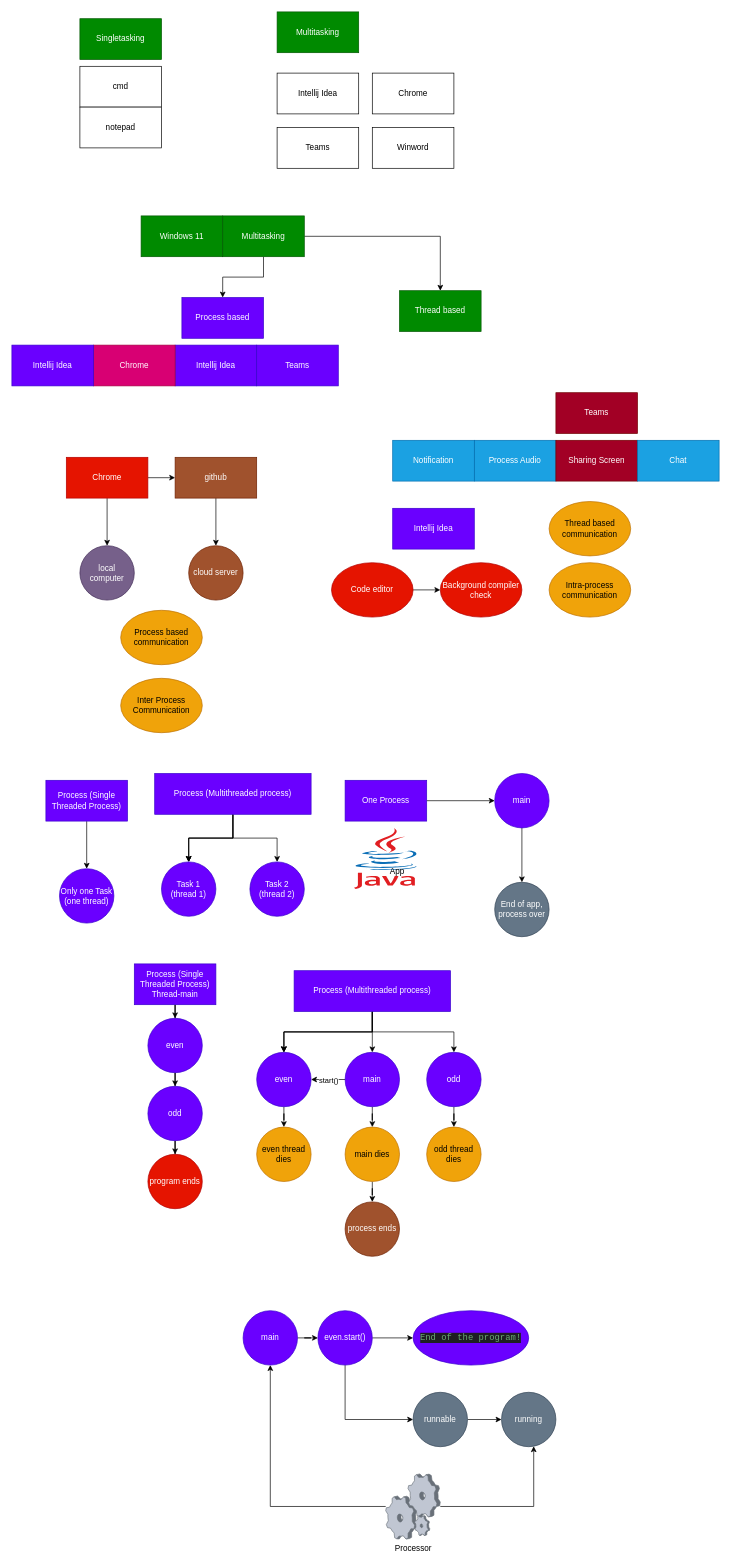
Earlier version of the draw.io diagram page "Multithreading" (12 of 13) of Diagrams/New Features Java.drawio (THRGLO02MAY2025GIT-HUB/THRGLO02MAY2025GIT-REPO). Source tidied: cells renumbered, new cells numbered last; positions are measured from the earlier drawing's top-left corner, leaving out a move shared by most shapes. Both pictures are drawn from the tidied source at 68%, with x=0, y=0 at pixel (12, 12).
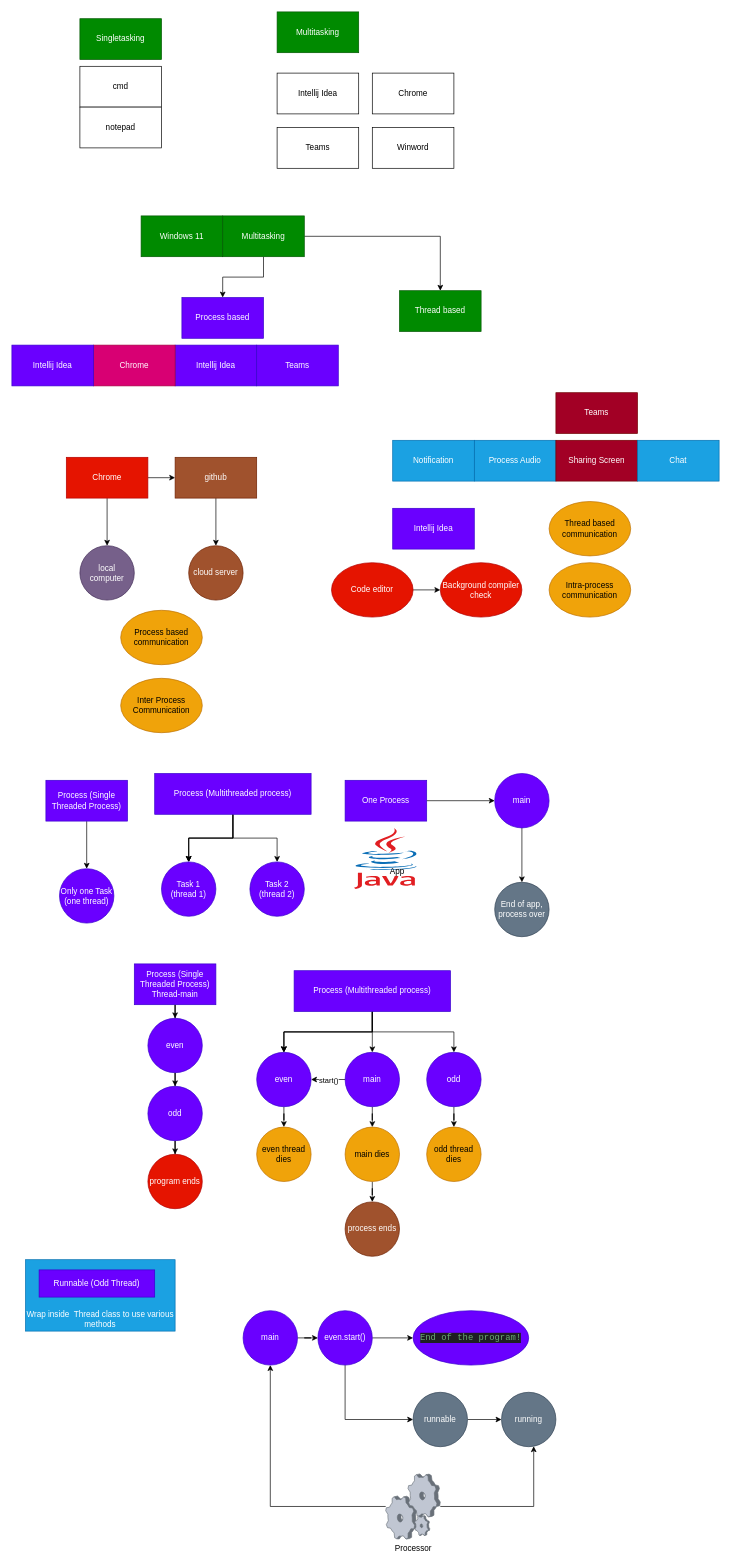
The same page after the edit.

The edit, as a diff of the source:
```diff
@@
+    <mxCell id="95" value="Wrap inside&amp;nbsp; Thread class to use various methods" style="rounded=0;whiteSpace=wrap;html=1;fillColor=#1ba1e2;fontColor=#ffffff;strokeColor=#006EAF;verticalAlign=bottom;" parent="1" vertex="1">
+      <mxGeometry x="20" y="1835" width="220" height="105" as="geometry" />
+    </mxCell>
@@
+    <mxCell id="96" value="Runnable (Odd Thread)" style="rounded=0;whiteSpace=wrap;html=1;fillColor=#6a00ff;fontColor=#ffffff;strokeColor=#3700CC;" parent="1" vertex="1">
+      <mxGeometry x="40" y="1850" width="170" height="40" as="geometry" />
+    </mxCell>
```
